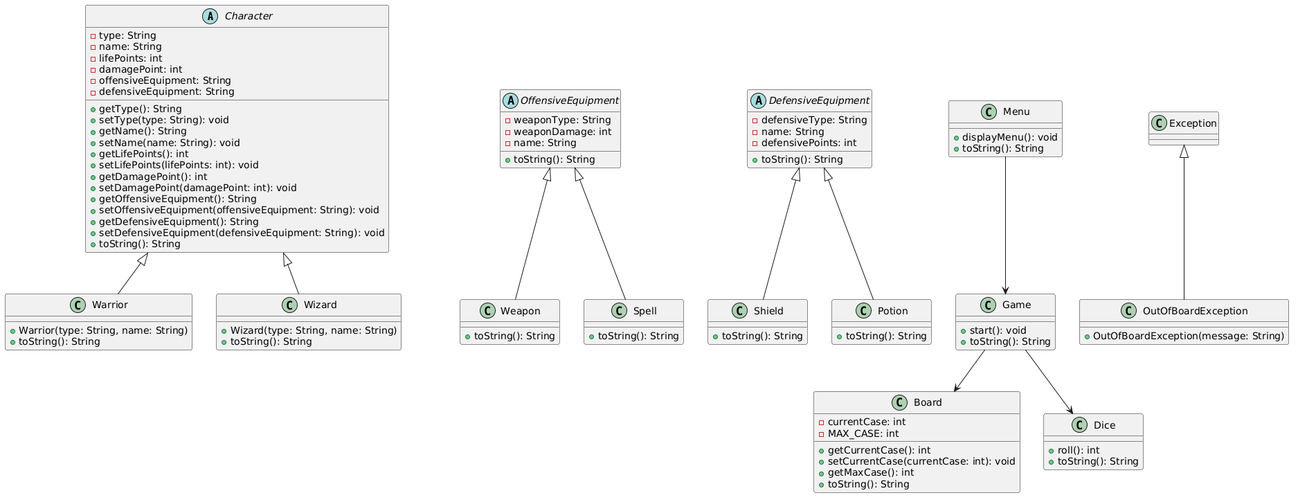
Earlier version of the PlantUML export DD/UML.png (Erozah/D-D). Its diagram source:
```plantuml
@startuml
abstract class Character {
  - type: String
  - name: String
  - lifePoints: int
  - damagePoint: int
  - offensiveEquipment: String
  - defensiveEquipment: String
  + getType(): String
  + setType(type: String): void
  + getName(): String
  + setName(name: String): void
  + getLifePoints(): int
  + setLifePoints(lifePoints: int): void
  + getDamagePoint(): int
  + setDamagePoint(damagePoint: int): void
  + getOffensiveEquipment(): String
  + setOffensiveEquipment(offensiveEquipment: String): void
  + getDefensiveEquipment(): String
  + setDefensiveEquipment(defensiveEquipment: String): void
  + toString(): String
}

abstract class OffensiveEquipment {
  - weaponType: String
  - weaponDamage: int
  - name: String
  + toString(): String
}

abstract class DefensiveEquipment {
  - defensiveType: String
  - name: String
  - defensivePoints: int
  + toString(): String
}

class Warrior {
  + Warrior(type: String, name: String)
  + toString(): String
}

class Wizard {
  + Wizard(type: String, name: String)
  + toString(): String
}

class Weapon {
  + toString(): String
}

class Spell {
  + toString(): String
}

class Shield {
  + toString(): String
}

class Potion {
  + toString(): String
}

class Board {
  - currentCase: int
  - MAX_CASE: int
  + getCurrentCase(): int
  + setCurrentCase(currentCase: int): void
  + getMaxCase(): int
  + toString(): String
}

class Dice {
  + roll(): int
  + toString(): String
}

class Game {
  + start(): void
  + toString(): String
}

class Menu {
  + displayMenu(): void
  + toString(): String
}

class OutOfBoardException {
  + OutOfBoardException(message: String)
}

Character <|-- Warrior
Character <|-- Wizard
OffensiveEquipment <|-- Weapon
OffensiveEquipment <|-- Spell
DefensiveEquipment <|-- Shield
DefensiveEquipment <|-- Potion
Exception <|-- OutOfBoardException

Game --> Board
Game --> Dice
Menu --> Game
@enduml
```
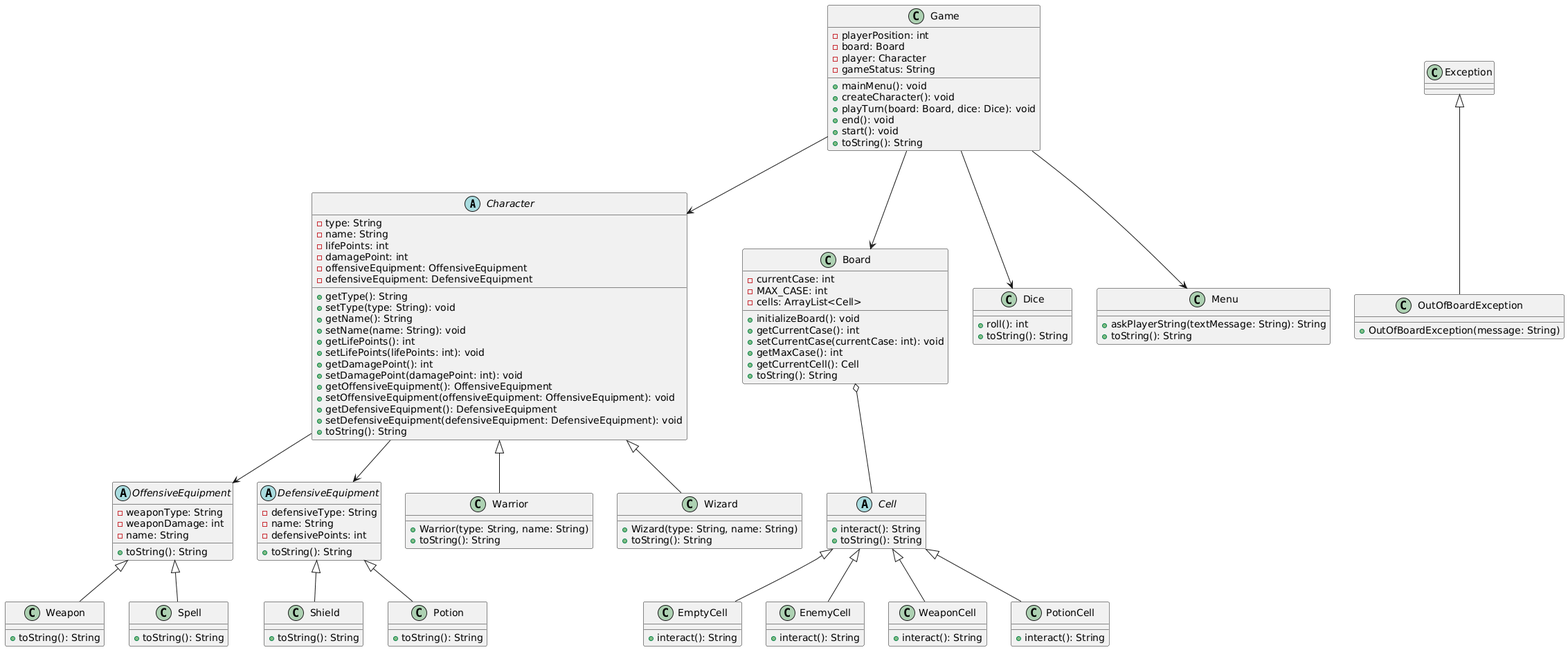
Above is the later version.

Commit message:
Update board documentation and update UML

Diff of the diagram source:
```diff
@@ -4,8 +4,8 @@
   - name: String
   - lifePoints: int
   - damagePoint: int
-  - offensiveEquipment: String
-  - defensiveEquipment: String
+  - offensiveEquipment: OffensiveEquipment
+  - defensiveEquipment: DefensiveEquipment
   + getType(): String
   + setType(type: String): void
   + getName(): String
@@ -14,10 +14,10 @@
   + setLifePoints(lifePoints: int): void
   + getDamagePoint(): int
   + setDamagePoint(damagePoint: int): void
-  + getOffensiveEquipment(): String
-  + setOffensiveEquipment(offensiveEquipment: String): void
-  + getDefensiveEquipment(): String
-  + setDefensiveEquipment(defensiveEquipment: String): void
+  + getOffensiveEquipment(): OffensiveEquipment
+  + setOffensiveEquipment(offensiveEquipment: OffensiveEquipment): void
+  + getDefensiveEquipment(): DefensiveEquipment
+  + setDefensiveEquipment(defensiveEquipment: DefensiveEquipment): void
   + toString(): String
 }
 
@@ -32,6 +32,11 @@
   - defensiveType: String
   - name: String
   - defensivePoints: int
+  + toString(): String
+}
+
+abstract class Cell {
+  + interact(): String
   + toString(): String
 }
 
@@ -61,12 +66,31 @@
   + toString(): String
 }
 
+class EmptyCell {
+  + interact(): String
+}
+
+class EnemyCell {
+  + interact(): String
+}
+
+class WeaponCell {
+  + interact(): String
+}
+
+class PotionCell {
+  + interact(): String
+}
+
 class Board {
   - currentCase: int
   - MAX_CASE: int
+  - cells: ArrayList<Cell>
+  + initializeBoard(): void
   + getCurrentCase(): int
   + setCurrentCase(currentCase: int): void
   + getMaxCase(): int
+  + getCurrentCell(): Cell
   + toString(): String
 }
 
@@ -76,12 +100,20 @@
 }
 
 class Game {
+  - playerPosition: int
+  - board: Board
+  - player: Character
+  - gameStatus: String
+  + mainMenu(): void
+  + createCharacter(): void
+  + playTurn(board: Board, dice: Dice): void
+  + end(): void
   + start(): void
   + toString(): String
 }
 
 class Menu {
-  + displayMenu(): void
+  + askPlayerString(textMessage: String): String
   + toString(): String
 }
 
@@ -95,9 +127,17 @@
 OffensiveEquipment <|-- Spell
 DefensiveEquipment <|-- Shield
 DefensiveEquipment <|-- Potion
+Cell <|-- EmptyCell
+Cell <|-- EnemyCell
+Cell <|-- WeaponCell
+Cell <|-- PotionCell
 Exception <|-- OutOfBoardException
 
 Game --> Board
 Game --> Dice
-Menu --> Game
+Game --> Menu
+Game --> Character
+Board o-- Cell
+Character --> OffensiveEquipment
+Character --> DefensiveEquipment
 @enduml
```
